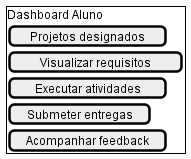
Earlier version of the PlantUML export docs/assets/aluno.png (Projetos-de-Extensao/PFE_25.2_8003_I). Its diagram source:
```plantuml
@startuml aluno
salt
{
  {+
    Dashboard Aluno
    [Projetos designados]
    [Visualizar requisitos]
    [Executar atividades]
    [Submeter entregas]
    [Acompanhar feedback]
  }
}
@enduml
```
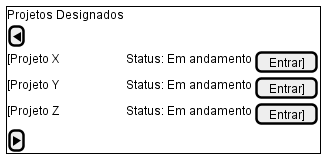
Later version of the same file.

What changed in the source:
```diff
@@ -2,12 +2,12 @@
 salt
 {
   {+
-    Dashboard Aluno
-    [Projetos designados]
-    [Visualizar requisitos]
-    [Executar atividades]
-    [Submeter entregas]
-    [Acompanhar feedback]
+    Projetos Designados
+    [◀]
+    [Projeto X | Status: Em andamento | [Entrar]]
+    [Projeto Y | Status: Em andamento | [Entrar]]
+    [Projeto Z | Status: Em andamento | [Entrar]]
+    [▶]
   }
 }
 @enduml
```
